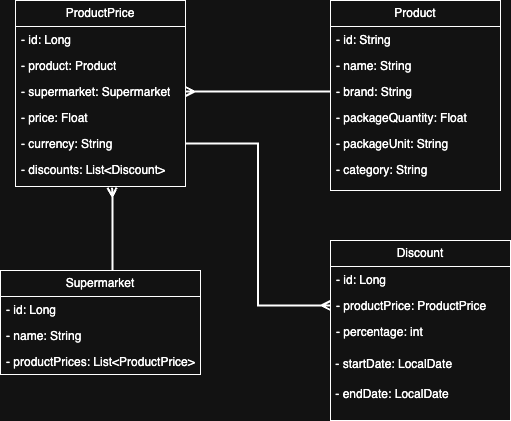
Above: docs/images/class-diagram.drawio.png in laurentiumuresan/price-comparator-market (draw.io), before the change. Source tidied: cells renumbered, new cells last; positions are measured from the earlier drawing's top-left corner, leaving out a move shared by most shapes.
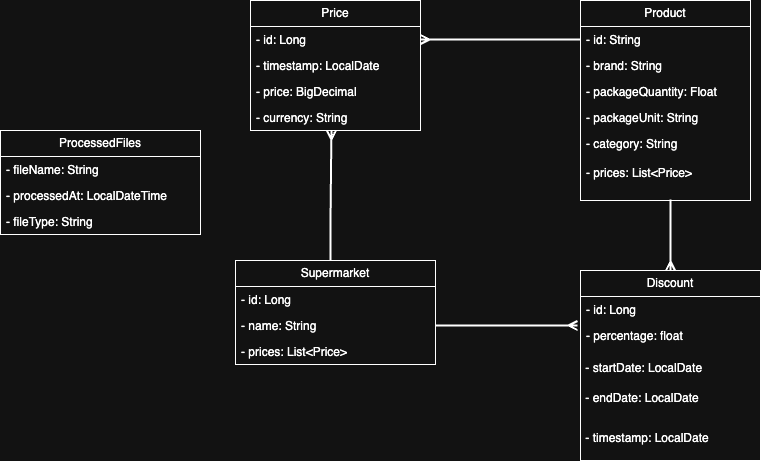
Later version of the same file.

The edit, as a diff of the source:
```diff
@@ -3,28 +3,25 @@
     <mxCell id="0" />
     <mxCell id="1" parent="0" />
     <mxCell id="2" value="Product" style="swimlane;fontStyle=0;horizontal=1;startSize=26;fillColor=none;whiteSpace=wrap;html=1;" parent="1" vertex="1">
-      <mxGeometry x="330" width="170" height="190" as="geometry" />
+      <mxGeometry x="380" width="170" height="200" as="geometry" />
     </mxCell>
     <mxCell id="3" value="- id: String" style="text;strokeColor=none;fillColor=none;align=left;verticalAlign=top;spacingLeft=4;spacingRight=4;overflow=hidden;points=[[0,0.5],[1,0.5]];portConstraint=eastwest;whiteSpace=wrap;html=1;" parent="2" vertex="1">
       <mxGeometry y="26" width="170" height="26" as="geometry" />
     </mxCell>
-    <mxCell id="4" value="- name: String" style="text;strokeColor=none;fillColor=none;align=left;verticalAlign=top;spacingLeft=4;spacingRight=4;overflow=hidden;whiteSpace=wrap;html=1;" parent="2" vertex="1">
-      <mxGeometry y="52" width="170" height="26" as="geometry" />
-    </mxCell>
     <mxCell id="5" value="- brand: String" style="text;strokeColor=none;fillColor=none;align=left;verticalAlign=top;spacingLeft=4;spacingRight=4;overflow=hidden;points=[[0,0.5],[1,0.5]];portConstraint=eastwest;whiteSpace=wrap;html=1;" parent="2" vertex="1">
-      <mxGeometry y="78" width="170" height="26" as="geometry" />
+      <mxGeometry y="52" width="170" height="26" as="geometry" />
     </mxCell>
     <mxCell id="6" value="- packageQuantity: Float" style="text;strokeColor=none;fillColor=none;align=left;verticalAlign=top;spacingLeft=4;spacingRight=4;overflow=hidden;whiteSpace=wrap;html=1;" parent="2" vertex="1">
-      <mxGeometry y="104" width="170" height="26" as="geometry" />
+      <mxGeometry y="78" width="170" height="26" as="geometry" />
     </mxCell>
     <mxCell id="7" value="- packageUnit: String" style="text;strokeColor=none;fillColor=none;align=left;verticalAlign=top;spacingLeft=4;spacingRight=4;overflow=hidden;whiteSpace=wrap;html=1;" parent="2" vertex="1">
-      <mxGeometry y="130" width="170" height="26" as="geometry" />
+      <mxGeometry y="104" width="170" height="26" as="geometry" />
     </mxCell>
-    <mxCell id="8" value="- category: String" style="text;strokeColor=none;fillColor=none;align=left;verticalAlign=top;spacingLeft=4;spacingRight=4;overflow=hidden;points=[[0,0.5],[1,0.5]];portConstraint=eastwest;whiteSpace=wrap;html=1;" parent="2" vertex="1">
-      <mxGeometry y="156" width="170" height="34" as="geometry" />
+    <mxCell id="8" value="- category: String&lt;div&gt;&lt;br&gt;&lt;/div&gt;&lt;div&gt;- prices: List&amp;lt;Price&amp;gt;&lt;/div&gt;" style="text;strokeColor=none;fillColor=none;align=left;verticalAlign=top;spacingLeft=4;spacingRight=4;overflow=hidden;points=[[0,0.5],[1,0.5]];portConstraint=eastwest;whiteSpace=wrap;html=1;" parent="2" vertex="1">
+      <mxGeometry y="130" width="170" height="70" as="geometry" />
     </mxCell>
     <mxCell id="9" value="Supermarket" style="swimlane;fontStyle=0;horizontal=1;startSize=26;fillColor=none;whiteSpace=wrap;html=1;" parent="1" vertex="1">
-      <mxGeometry y="270" width="200" height="104" as="geometry" />
+      <mxGeometry x="35" y="260" width="200" height="104" as="geometry" />
     </mxCell>
     <mxCell id="10" value="- id: Long" style="text;strokeColor=none;fillColor=none;align=left;verticalAlign=top;spacingLeft=4;spacingRight=4;overflow=hidden;whiteSpace=wrap;html=1;" parent="9" vertex="1">
       <mxGeometry y="26" width="200" height="26" as="geometry" />
@@ -32,62 +29,70 @@
     <mxCell id="11" value="- name: String" style="text;strokeColor=none;fillColor=none;align=left;verticalAlign=top;spacingLeft=4;spacingRight=4;overflow=hidden;points=[[0,0.5],[1,0.5]];portConstraint=eastwest;whiteSpace=wrap;html=1;" parent="9" vertex="1">
       <mxGeometry y="52" width="200" height="26" as="geometry" />
     </mxCell>
-    <mxCell id="12" value="- productPrices: List&amp;lt;ProductPrice&amp;gt;" style="text;strokeColor=none;fillColor=none;align=left;verticalAlign=top;spacingLeft=4;spacingRight=4;overflow=hidden;whiteSpace=wrap;html=1;" parent="9" vertex="1">
+    <mxCell id="12" value="- prices: List&amp;lt;Price&amp;gt;" style="text;strokeColor=none;fillColor=none;align=left;verticalAlign=top;spacingLeft=4;spacingRight=4;overflow=hidden;whiteSpace=wrap;html=1;" parent="9" vertex="1">
       <mxGeometry y="78" width="200" height="26" as="geometry" />
     </mxCell>
+    <mxCell id="29" style="edgeStyle=orthogonalEdgeStyle;rounded=0;jettySize=auto;html=1;exitX=0.529;exitY=0.986;exitDx=0;exitDy=0;entryX=0.5;entryY=0;entryDx=0;entryDy=0;exitPerimeter=0;strokeWidth=2;endArrow=ERmany;endFill=0;" parent="1" edge="1" source="8" target="13">
+      <mxGeometry relative="1" as="geometry" />
+    </mxCell>
     <mxCell id="13" value="Discount" style="swimlane;fontStyle=0;horizontal=1;startSize=26;fillColor=none;whiteSpace=wrap;html=1;" parent="1" vertex="1">
-      <mxGeometry x="330" y="240" width="180" height="180" as="geometry" />
+      <mxGeometry x="380" y="270" width="180" height="190" as="geometry" />
     </mxCell>
     <mxCell id="14" value="- id: Long" style="text;strokeColor=none;fillColor=none;align=left;verticalAlign=top;spacingLeft=4;spacingRight=4;overflow=hidden;whiteSpace=wrap;html=1;" parent="13" vertex="1">
       <mxGeometry y="26" width="180" height="26" as="geometry" />
     </mxCell>
-    <mxCell id="15" value="- productPrice: ProductPrice" style="text;strokeColor=none;fillColor=none;align=left;verticalAlign=top;spacingLeft=4;spacingRight=4;overflow=hidden;points=[[0,0.5],[1,0.5]];portConstraint=eastwest;whiteSpace=wrap;html=1;" parent="13" vertex="1">
-      <mxGeometry y="52" width="180" height="26" as="geometry" />
-    </mxCell>
-    <mxCell id="16" value="- percentage: int" style="text;strokeColor=none;fillColor=none;align=left;verticalAlign=top;spacingLeft=4;spacingRight=4;overflow=hidden;points=[[0,0.5],[1,0.5]];portConstraint=eastwest;whiteSpace=wrap;html=1;" parent="13" vertex="1">
-      <mxGeometry y="78" width="180" height="32" as="geometry" />
+    <mxCell id="16" value="- percentage: float" style="text;strokeColor=none;fillColor=none;align=left;verticalAlign=top;spacingLeft=4;spacingRight=4;overflow=hidden;points=[[0,0.5],[1,0.5]];portConstraint=eastwest;whiteSpace=wrap;html=1;" parent="13" vertex="1">
+      <mxGeometry y="52" width="180" height="32" as="geometry" />
     </mxCell>
     <mxCell id="17" value=" - startDate: LocalDate" style="text;whiteSpace=wrap;" parent="13" vertex="1">
-      <mxGeometry y="110" width="180" height="30" as="geometry" />
+      <mxGeometry y="84" width="180" height="30" as="geometry" />
     </mxCell>
+    <mxCell id="30" value=" - endDate: LocalDate" style="text;whiteSpace=wrap;" parent="13" vertex="1">
+      <mxGeometry y="114" width="180" height="40" as="geometry" />
+    </mxCell>
-    <mxCell id="18" value=" - endDate: LocalDate" style="text;whiteSpace=wrap;" parent="13" vertex="1">
-      <mxGeometry y="140" width="180" height="40" as="geometry" />
+    <mxCell id="18" value=" - timestamp: LocalDate" style="text;whiteSpace=wrap;" parent="13" vertex="1">
+      <mxGeometry y="154" width="180" height="36" as="geometry" />
     </mxCell>
-    <mxCell id="19" value="ProductPrice" style="swimlane;fontStyle=0;horizontal=1;startSize=26;fillColor=none;whiteSpace=wrap;html=1;" parent="1" vertex="1">
-      <mxGeometry x="15" width="170" height="186" as="geometry" />
+    <mxCell id="19" value="Price" style="swimlane;fontStyle=0;horizontal=1;startSize=26;fillColor=none;whiteSpace=wrap;html=1;" parent="1" vertex="1">
+      <mxGeometry x="50" width="170" height="130" as="geometry" />
     </mxCell>
     <mxCell id="20" value="- id: Long" style="text;strokeColor=none;fillColor=none;align=left;verticalAlign=top;spacingLeft=4;spacingRight=4;overflow=hidden;points=[[0,0.5],[1,0.5]];portConstraint=eastwest;whiteSpace=wrap;html=1;" parent="19" vertex="1">
       <mxGeometry y="26" width="170" height="26" as="geometry" />
     </mxCell>
-    <mxCell id="21" value="- product: Product" style="text;strokeColor=none;fillColor=none;align=left;verticalAlign=top;spacingLeft=4;spacingRight=4;overflow=hidden;whiteSpace=wrap;html=1;" parent="19" vertex="1">
+    <mxCell id="21" value="- timestamp: LocalDate" style="text;strokeColor=none;fillColor=none;align=left;verticalAlign=top;spacingLeft=4;spacingRight=4;overflow=hidden;whiteSpace=wrap;html=1;" parent="19" vertex="1">
       <mxGeometry y="52" width="170" height="26" as="geometry" />
     </mxCell>
-    <mxCell id="22" value="- supermarket: Supermarket" style="text;strokeColor=none;fillColor=none;align=left;verticalAlign=top;spacingLeft=4;spacingRight=4;overflow=hidden;points=[[0,0.5],[1,0.5]];portConstraint=eastwest;whiteSpace=wrap;html=1;" parent="19" vertex="1">
-      <mxGeometry y="78" width="170" height="26" as="geometry" />
-    </mxCell>
-    <mxCell id="23" value="- price: Float" style="text;strokeColor=none;fillColor=none;align=left;verticalAlign=top;spacingLeft=4;spacingRight=4;overflow=hidden;whiteSpace=wrap;html=1;" parent="19" vertex="1">
-      <mxGeometry y="104" width="170" height="26" as="geometry" />
+    <mxCell id="23" value="- price: BigDecimal" style="text;strokeColor=none;fillColor=none;align=left;verticalAlign=top;spacingLeft=4;spacingRight=4;overflow=hidden;whiteSpace=wrap;html=1;" parent="19" vertex="1">
+      <mxGeometry y="78" width="170" height="26" as="geometry" />
     </mxCell>
     <mxCell id="24" value="- currency: String" style="text;strokeColor=none;fillColor=none;align=left;verticalAlign=top;spacingLeft=4;spacingRight=4;overflow=hidden;points=[[0,0.5],[1,0.5]];portConstraint=eastwest;whiteSpace=wrap;html=1;" parent="19" vertex="1">
-      <mxGeometry y="130" width="170" height="26" as="geometry" />
+      <mxGeometry y="104" width="170" height="26" as="geometry" />
     </mxCell>
-    <mxCell id="25" value="- discounts: List&amp;lt;Discount&amp;gt;" style="text;strokeColor=none;fillColor=none;align=left;verticalAlign=top;spacingLeft=4;spacingRight=4;overflow=hidden;points=[[0,0.5],[1,0.5]];portConstraint=eastwest;whiteSpace=wrap;html=1;" parent="19" vertex="1">
-      <mxGeometry y="156" width="170" height="30" as="geometry" />
-    </mxCell>
-    <mxCell id="26" style="edgeStyle=orthogonalEdgeStyle;rounded=0;jettySize=auto;html=1;endArrow=ERmany;endFill=0;strokeWidth=2;entryX=0.568;entryY=1.04;entryDx=0;entryDy=0;entryPerimeter=0;exitX=0.568;exitY=1.04;exitDx=0;exitDy=0;exitPerimeter=0;" parent="19" edge="1" target="25">
-      <mxGeometry relative="1" as="geometry">
-        <mxPoint x="97" y="270" as="sourcePoint" />
-        <Array as="points">
-          <mxPoint x="97" y="200" />
-          <mxPoint x="97" y="200" />
-        </Array>
-      </mxGeometry>
-    </mxCell>
-    <mxCell id="27" style="edgeStyle=orthogonalEdgeStyle;rounded=0;jettySize=auto;html=1;exitX=1;exitY=0.5;exitDx=0;exitDy=0;entryX=0;entryY=0.5;entryDx=0;entryDy=0;endArrow=ERmany;endFill=0;strokeWidth=2;" parent="1" edge="1" source="24" target="15">
-      <mxGeometry relative="1" as="geometry" />
-    </mxCell>
-    <mxCell id="28" style="edgeStyle=orthogonalEdgeStyle;rounded=0;jettySize=auto;html=1;exitX=0;exitY=0.5;exitDx=0;exitDy=0;entryX=1;entryY=0.5;entryDx=0;entryDy=0;endArrow=ERmany;endFill=0;strokeWidth=2;" parent="1" edge="1" source="5" target="22">
-      <mxGeometry relative="1" as="geometry" />
-    </mxCell>
+    <mxCell id="31" value="ProcessedFiles" style="swimlane;fontStyle=0;horizontal=1;startSize=26;fillColor=none;whiteSpace=wrap;html=1;" parent="1" vertex="1">
+      <mxGeometry x="-200" y="130" width="200" height="104" as="geometry" />
+    </mxCell>
+    <mxCell id="32" value="- fileName: String" style="text;strokeColor=none;fillColor=none;align=left;verticalAlign=top;spacingLeft=4;spacingRight=4;overflow=hidden;whiteSpace=wrap;html=1;" parent="31" vertex="1">
+      <mxGeometry y="26" width="200" height="26" as="geometry" />
+    </mxCell>
+    <mxCell id="33" value="- processedAt: LocalDateTime" style="text;strokeColor=none;fillColor=none;align=left;verticalAlign=top;spacingLeft=4;spacingRight=4;overflow=hidden;whiteSpace=wrap;html=1;" parent="31" vertex="1">
+      <mxGeometry y="52" width="200" height="26" as="geometry" />
+    </mxCell>
+    <mxCell id="34" value="- fileType: String" style="text;strokeColor=none;fillColor=none;align=left;verticalAlign=top;spacingLeft=4;spacingRight=4;overflow=hidden;whiteSpace=wrap;html=1;" parent="31" vertex="1">
+      <mxGeometry y="78" width="200" height="26" as="geometry" />
+    </mxCell>
+    <mxCell id="35" style="edgeStyle=orthogonalEdgeStyle;rounded=0;jettySize=auto;html=1;exitX=0;exitY=0.5;exitDx=0;exitDy=0;entryX=1;entryY=0.5;entryDx=0;entryDy=0;endArrow=ERmany;endFill=0;strokeWidth=2;" parent="1" edge="1" source="3" target="20">
+      <mxGeometry relative="1" as="geometry" />
+    </mxCell>
+    <mxCell id="36" style="edgeStyle=orthogonalEdgeStyle;rounded=0;jettySize=auto;html=1;entryX=0.476;entryY=1;entryDx=0;entryDy=0;entryPerimeter=0;strokeWidth=2;endArrow=ERmany;endFill=0;" parent="1" edge="1" target="24">
+      <mxGeometry relative="1" as="geometry">
+        <mxPoint x="130" y="260" as="sourcePoint" />
+        <Array as="points">
+          <mxPoint x="130" y="220" />
+        </Array>
+      </mxGeometry>
+    </mxCell>
+    <mxCell id="37" style="edgeStyle=orthogonalEdgeStyle;rounded=0;jettySize=auto;html=1;exitX=1;exitY=0.5;exitDx=0;exitDy=0;entryX=-0.017;entryY=0.094;entryDx=0;entryDy=0;entryPerimeter=0;strokeWidth=2;endArrow=ERmany;endFill=0;" parent="1" edge="1" source="11" target="16">
+      <mxGeometry relative="1" as="geometry" />
+    </mxCell>
   </root>
 </mxGraphModel>
```
